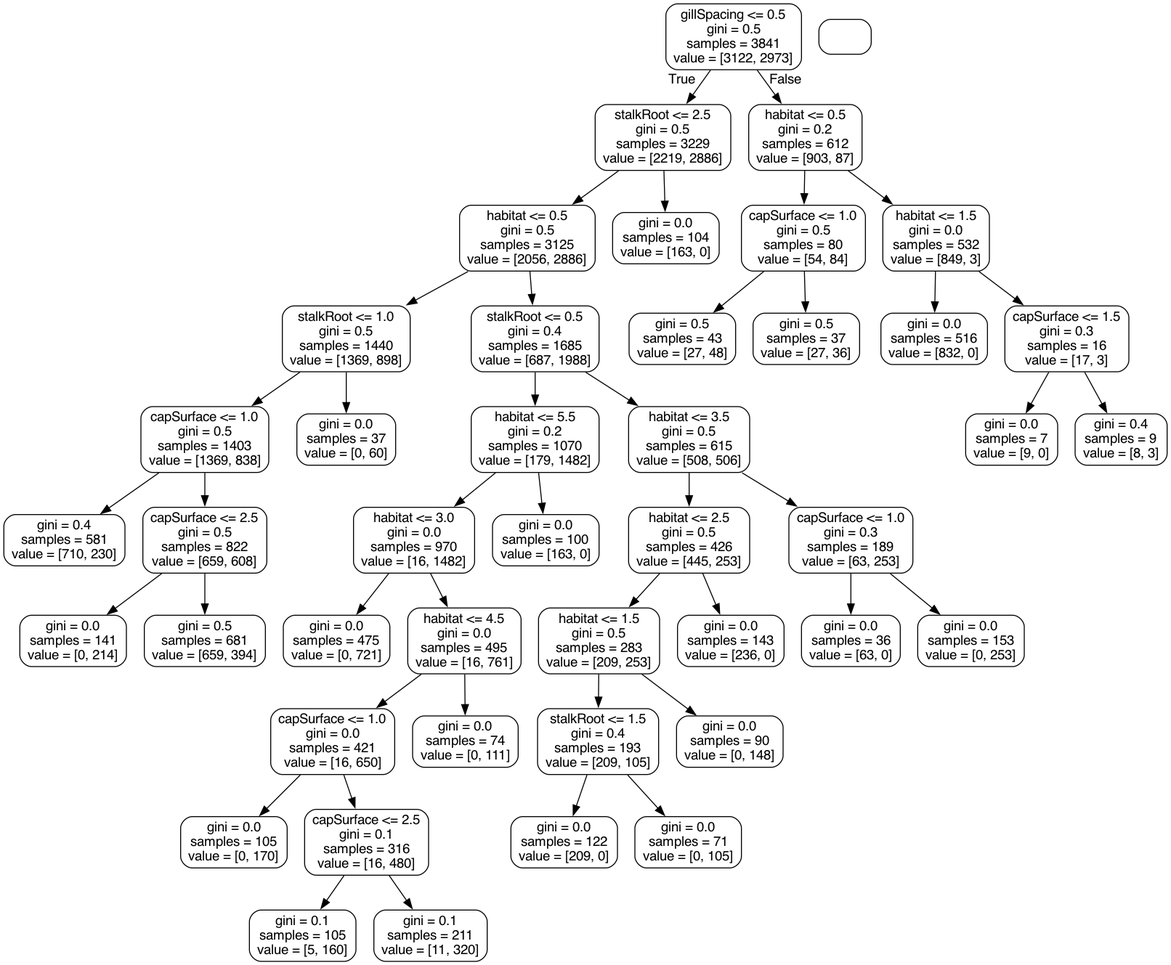
This is tree.png from williamhenderson02/ML-Coursework-2022, a Graphviz export, as it was before one commit. Its source is kept beside it as tree.dot.
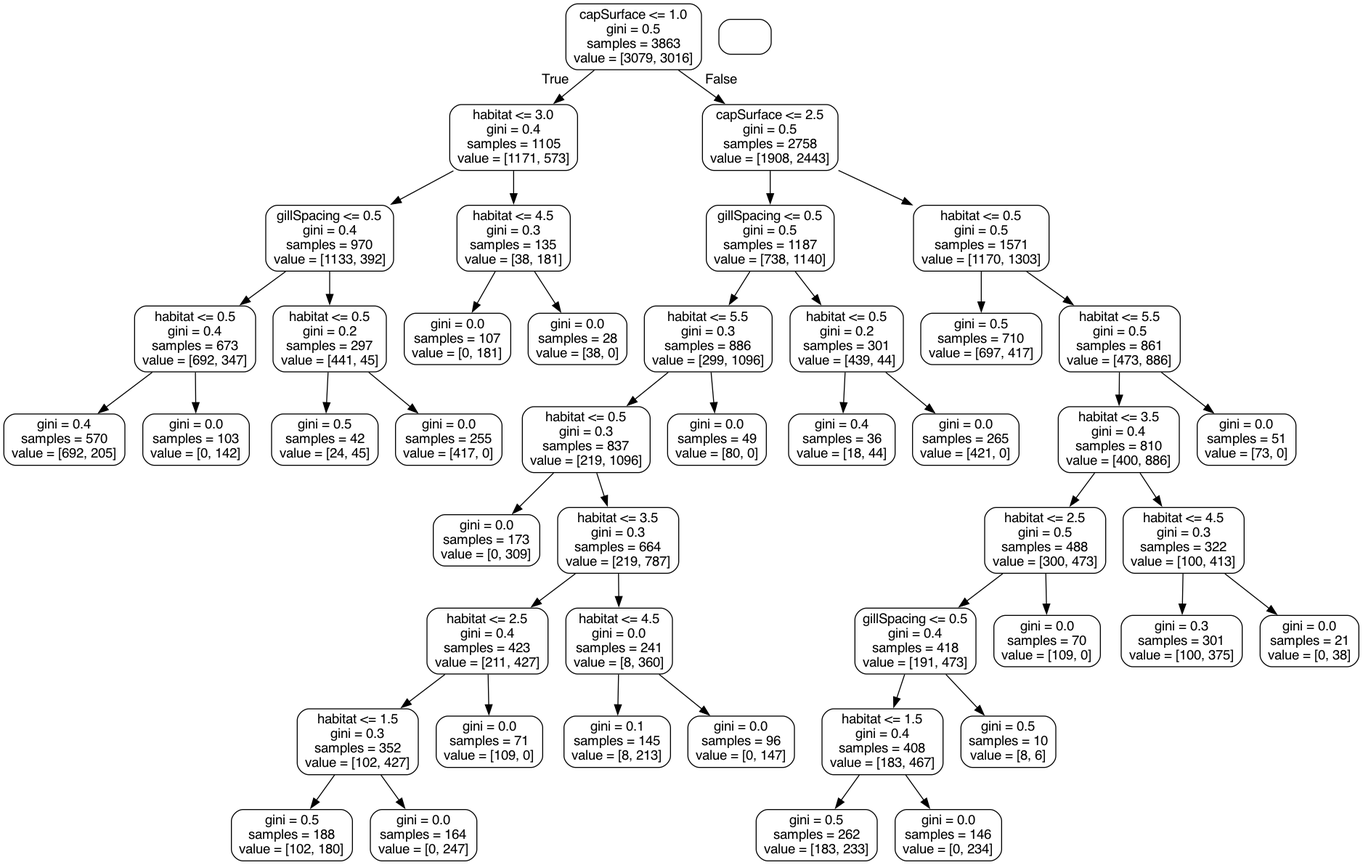
The same file after the commit.

Diff of the diagram source:
```diff
@@ -1,89 +1,93 @@
 digraph Tree {
 node [shape=box, style="rounded", color="black", fontname="helvetica"] ;
 edge [fontname="helvetica"] ;
-0 [label="gillSpacing <= 0.5\ngini = 0.5\nsamples = 3841\nvalue = [3122, 2973]"] ;
-1 [label="stalkRoot <= 2.5\ngini = 0.5\nsamples = 3229\nvalue = [2219, 2886]"] ;
+0 [label="capSurface <= 1.0\ngini = 0.5\nsamples = 3863\nvalue = [3079, 3016]"] ;
+1 [label="habitat <= 3.0\ngini = 0.4\nsamples = 1105\nvalue = [1171, 573]"] ;
 0 -> 1 [labeldistance=2.5, labelangle=45, headlabel="True"] ;
-2 [label="habitat <= 0.5\ngini = 0.5\nsamples = 3125\nvalue = [2056, 2886]"] ;
+2 [label="gillSpacing <= 0.5\ngini = 0.4\nsamples = 970\nvalue = [1133, 392]"] ;
 1 -> 2 ;
-3 [label="stalkRoot <= 1.0\ngini = 0.5\nsamples = 1440\nvalue = [1369, 898]"] ;
+3 [label="habitat <= 0.5\ngini = 0.4\nsamples = 673\nvalue = [692, 347]"] ;
 2 -> 3 ;
-4 [label="capSurface <= 1.0\ngini = 0.5\nsamples = 1403\nvalue = [1369, 838]"] ;
+4 [label="gini = 0.4\nsamples = 570\nvalue = [692, 205]"] ;
 3 -> 4 ;
-5 [label="gini = 0.4\nsamples = 581\nvalue = [710, 230]"] ;
-4 -> 5 ;
-6 [label="capSurface <= 2.5\ngini = 0.5\nsamples = 822\nvalue = [659, 608]"] ;
-4 -> 6 ;
-7 [label="gini = 0.0\nsamples = 141\nvalue = [0, 214]"] ;
+5 [label="gini = 0.0\nsamples = 103\nvalue = [0, 142]"] ;
+3 -> 5 ;
+6 [label="habitat <= 0.5\ngini = 0.2\nsamples = 297\nvalue = [441, 45]"] ;
+2 -> 6 ;
+7 [label="gini = 0.5\nsamples = 42\nvalue = [24, 45]"] ;
 6 -> 7 ;
-8 [label="gini = 0.5\nsamples = 681\nvalue = [659, 394]"] ;
+8 [label="gini = 0.0\nsamples = 255\nvalue = [417, 0]"] ;
 6 -> 8 ;
-9 [label="gini = 0.0\nsamples = 37\nvalue = [0, 60]"] ;
-3 -> 9 ;
-10 [label="stalkRoot <= 0.5\ngini = 0.4\nsamples = 1685\nvalue = [687, 1988]"] ;
-2 -> 10 ;
-11 [label="habitat <= 5.5\ngini = 0.2\nsamples = 1070\nvalue = [179, 1482]"] ;
-10 -> 11 ;
-12 [label="habitat <= 3.0\ngini = 0.0\nsamples = 970\nvalue = [16, 1482]"] ;
-11 -> 12 ;
-13 [label="gini = 0.0\nsamples = 475\nvalue = [0, 721]"] ;
+9 [label="habitat <= 4.5\ngini = 0.3\nsamples = 135\nvalue = [38, 181]"] ;
+1 -> 9 ;
+10 [label="gini = 0.0\nsamples = 107\nvalue = [0, 181]"] ;
+9 -> 10 ;
+11 [label="gini = 0.0\nsamples = 28\nvalue = [38, 0]"] ;
+9 -> 11 ;
+12 [label="capSurface <= 2.5\ngini = 0.5\nsamples = 2758\nvalue = [1908, 2443]"] ;
+0 -> 12 [labeldistance=2.5, labelangle=-45, headlabel="False"] ;
+13 [label="gillSpacing <= 0.5\ngini = 0.5\nsamples = 1187\nvalue = [738, 1140]"] ;
 12 -> 13 ;
-14 [label="habitat <= 4.5\ngini = 0.0\nsamples = 495\nvalue = [16, 761]"] ;
-12 -> 14 ;
-15 [label="capSurface <= 1.0\ngini = 0.0\nsamples = 421\nvalue = [16, 650]"] ;
+14 [label="habitat <= 5.5\ngini = 0.3\nsamples = 886\nvalue = [299, 1096]"] ;
+13 -> 14 ;
+15 [label="habitat <= 0.5\ngini = 0.3\nsamples = 837\nvalue = [219, 1096]"] ;
 14 -> 15 ;
-16 [label="gini = 0.0\nsamples = 105\nvalue = [0, 170]"] ;
+16 [label="gini = 0.0\nsamples = 173\nvalue = [0, 309]"] ;
 15 -> 16 ;
-17 [label="capSurface <= 2.5\ngini = 0.1\nsamples = 316\nvalue = [16, 480]"] ;
+17 [label="habitat <= 3.5\ngini = 0.3\nsamples = 664\nvalue = [219, 787]"] ;
 15 -> 17 ;
-18 [label="gini = 0.1\nsamples = 105\nvalue = [5, 160]"] ;
+18 [label="habitat <= 2.5\ngini = 0.4\nsamples = 423\nvalue = [211, 427]"] ;
 17 -> 18 ;
-19 [label="gini = 0.1\nsamples = 211\nvalue = [11, 320]"] ;
-17 -> 19 ;
-20 [label="gini = 0.0\nsamples = 74\nvalue = [0, 111]"] ;
-14 -> 20 ;
-21 [label="gini = 0.0\nsamples = 100\nvalue = [163, 0]"] ;
-11 -> 21 ;
-22 [label="habitat <= 3.5\ngini = 0.5\nsamples = 615\nvalue = [508, 506]"] ;
-10 -> 22 ;
-23 [label="habitat <= 2.5\ngini = 0.5\nsamples = 426\nvalue = [445, 253]"] ;
-22 -> 23 ;
-24 [label="habitat <= 1.5\ngini = 0.5\nsamples = 283\nvalue = [209, 253]"] ;
+19 [label="habitat <= 1.5\ngini = 0.3\nsamples = 352\nvalue = [102, 427]"] ;
+18 -> 19 ;
+20 [label="gini = 0.5\nsamples = 188\nvalue = [102, 180]"] ;
+19 -> 20 ;
+21 [label="gini = 0.0\nsamples = 164\nvalue = [0, 247]"] ;
+19 -> 21 ;
+22 [label="gini = 0.0\nsamples = 71\nvalue = [109, 0]"] ;
+18 -> 22 ;
+23 [label="habitat <= 4.5\ngini = 0.0\nsamples = 241\nvalue = [8, 360]"] ;
+17 -> 23 ;
+24 [label="gini = 0.1\nsamples = 145\nvalue = [8, 213]"] ;
 23 -> 24 ;
-25 [label="stalkRoot <= 1.5\ngini = 0.4\nsamples = 193\nvalue = [209, 105]"] ;
-24 -> 25 ;
-26 [label="gini = 0.0\nsamples = 122\nvalue = [209, 0]"] ;
-25 -> 26 ;
-27 [label="gini = 0.0\nsamples = 71\nvalue = [0, 105]"] ;
-25 -> 27 ;
-28 [label="gini = 0.0\nsamples = 90\nvalue = [0, 148]"] ;
-24 -> 28 ;
-29 [label="gini = 0.0\nsamples = 143\nvalue = [236, 0]"] ;
-23 -> 29 ;
-30 [label="capSurface <= 1.0\ngini = 0.3\nsamples = 189\nvalue = [63, 253]"] ;
-22 -> 30 ;
-31 [label="gini = 0.0\nsamples = 36\nvalue = [63, 0]"] ;
+25 [label="gini = 0.0\nsamples = 96\nvalue = [0, 147]"] ;
+23 -> 25 ;
+26 [label="gini = 0.0\nsamples = 49\nvalue = [80, 0]"] ;
+14 -> 26 ;
+27 [label="habitat <= 0.5\ngini = 0.2\nsamples = 301\nvalue = [439, 44]"] ;
+13 -> 27 ;
+28 [label="gini = 0.4\nsamples = 36\nvalue = [18, 44]"] ;
+27 -> 28 ;
+29 [label="gini = 0.0\nsamples = 265\nvalue = [421, 0]"] ;
+27 -> 29 ;
+30 [label="habitat <= 0.5\ngini = 0.5\nsamples = 1571\nvalue = [1170, 1303]"] ;
+12 -> 30 ;
+31 [label="gini = 0.5\nsamples = 710\nvalue = [697, 417]"] ;
 30 -> 31 ;
-32 [label="gini = 0.0\nsamples = 153\nvalue = [0, 253]"] ;
+32 [label="habitat <= 5.5\ngini = 0.5\nsamples = 861\nvalue = [473, 886]"] ;
 30 -> 32 ;
-33 [label="gini = 0.0\nsamples = 104\nvalue = [163, 0]"] ;
-1 -> 33 ;
-34 [label="habitat <= 0.5\ngini = 0.2\nsamples = 612\nvalue = [903, 87]"] ;
-0 -> 34 [labeldistance=2.5, labelangle=-45, headlabel="False"] ;
-35 [label="capSurface <= 1.0\ngini = 0.5\nsamples = 80\nvalue = [54, 84]"] ;
+33 [label="habitat <= 3.5\ngini = 0.4\nsamples = 810\nvalue = [400, 886]"] ;
+32 -> 33 ;
+34 [label="habitat <= 2.5\ngini = 0.5\nsamples = 488\nvalue = [300, 473]"] ;
+33 -> 34 ;
+35 [label="gillSpacing <= 0.5\ngini = 0.4\nsamples = 418\nvalue = [191, 473]"] ;
 34 -> 35 ;
-36 [label="gini = 0.5\nsamples = 43\nvalue = [27, 48]"] ;
+36 [label="habitat <= 1.5\ngini = 0.4\nsamples = 408\nvalue = [183, 467]"] ;
 35 -> 36 ;
-37 [label="gini = 0.5\nsamples = 37\nvalue = [27, 36]"] ;
-35 -> 37 ;
-38 [label="habitat <= 1.5\ngini = 0.0\nsamples = 532\nvalue = [849, 3]"] ;
-34 -> 38 ;
-39 [label="gini = 0.0\nsamples = 516\nvalue = [832, 0]"] ;
-38 -> 39 ;
-40 [label="capSurface <= 1.5\ngini = 0.3\nsamples = 16\nvalue = [17, 3]"] ;
-38 -> 40 ;
-41 [label="gini = 0.0\nsamples = 7\nvalue = [9, 0]"] ;
-40 -> 41 ;
-42 [label="gini = 0.4\nsamples = 9\nvalue = [8, 3]"] ;
-40 -> 42 ;
+37 [label="gini = 0.5\nsamples = 262\nvalue = [183, 233]"] ;
+36 -> 37 ;
+38 [label="gini = 0.0\nsamples = 146\nvalue = [0, 234]"] ;
+36 -> 38 ;
+39 [label="gini = 0.5\nsamples = 10\nvalue = [8, 6]"] ;
+35 -> 39 ;
+40 [label="gini = 0.0\nsamples = 70\nvalue = [109, 0]"] ;
+34 -> 40 ;
+41 [label="habitat <= 4.5\ngini = 0.3\nsamples = 322\nvalue = [100, 413]"] ;
+33 -> 41 ;
+42 [label="gini = 0.3\nsamples = 301\nvalue = [100, 375]"] ;
+41 -> 42 ;
+43 [label="gini = 0.0\nsamples = 21\nvalue = [0, 38]"] ;
+41 -> 43 ;
+44 [label="gini = 0.0\nsamples = 51\nvalue = [73, 0]"] ;
+32 -> 44 ;
 }
```
